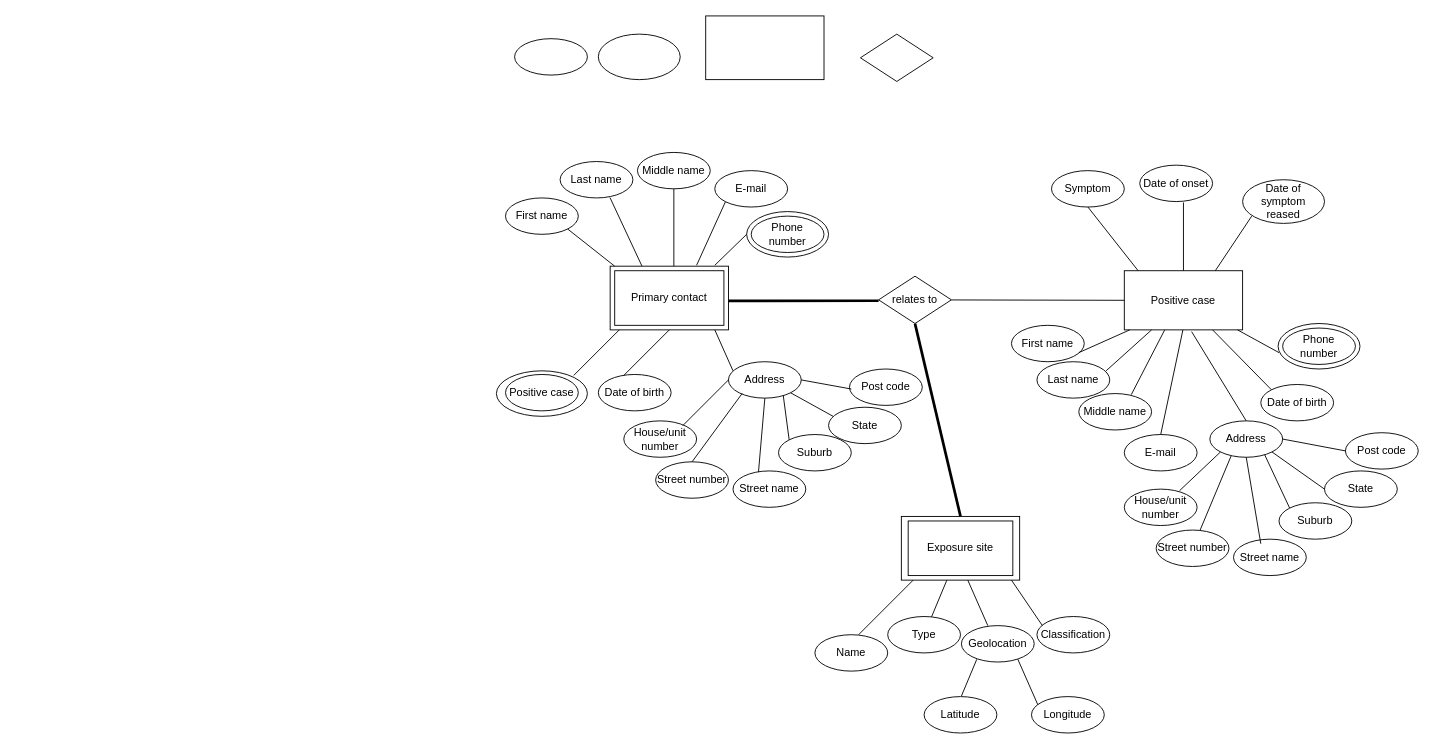
This is Untitled Diagram.drawio from pingtingw/info20003, a draw.io file, before an edit. Source tidied: cells renumbered, new cells numbered last; positions are measured from the earlier drawing's top-left corner, leaving out a move shared by most shapes. Both pictures are drawn from the tidied source at 91%, with x=0, y=0 at pixel (496, 15).
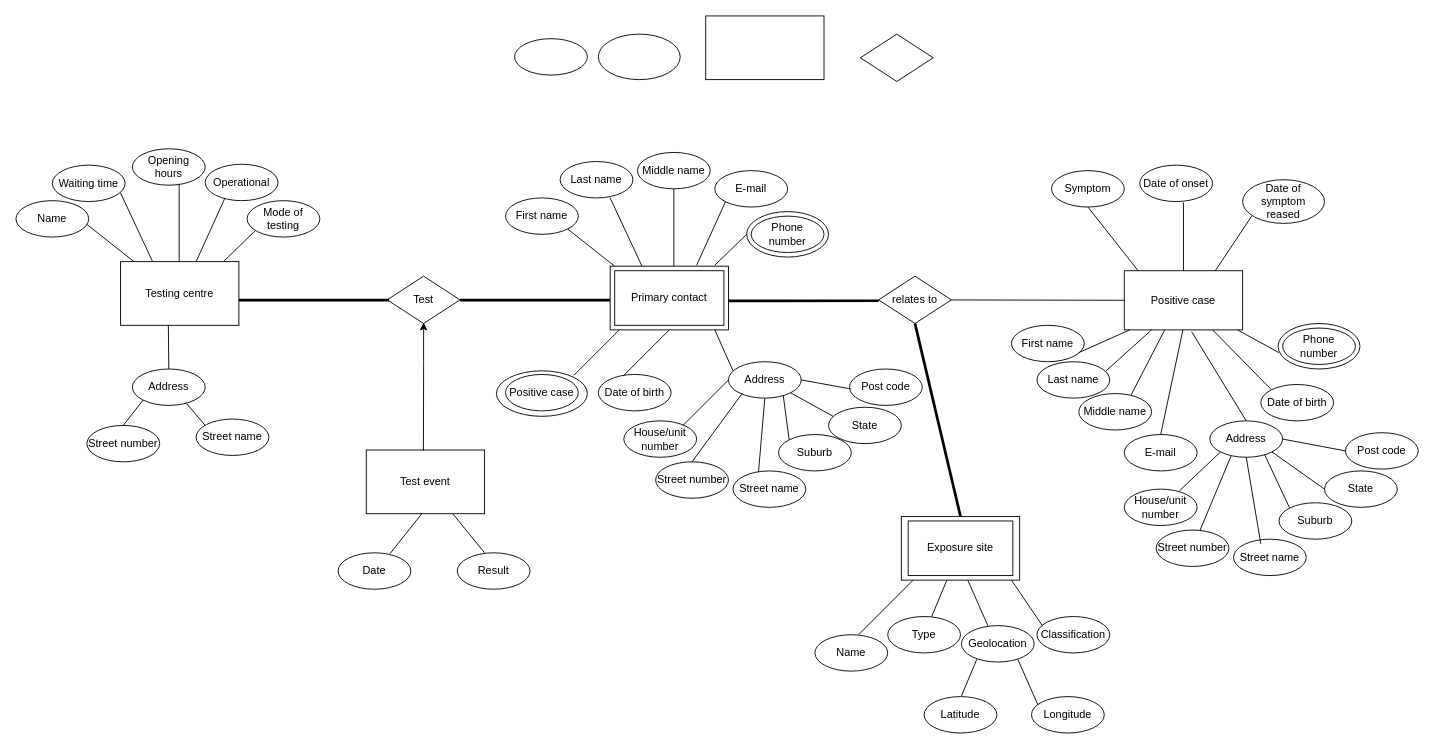
Above is the later version.

Diff of the diagram source:
```diff
@@
+    <mxCell id="91" value="Test" style="rhombus;whiteSpace=wrap;html=1;fillColor=none;gradientColor=none;" parent="1" vertex="1">
+      <mxGeometry x="-120" y="286" width="80" height="52" as="geometry" />
+    </mxCell>
+    <mxCell id="92" style="endArrow=none;html=1;strokeWidth=3;entryX=0;entryY=0.5;entryDx=0;entryDy=0;" parent="1" edge="1">
+      <mxGeometry relative="1" as="geometry">
+        <mxPoint x="-40" y="312.2" as="sourcePoint" />
+        <mxPoint x="125" y="312.2" as="targetPoint" />
+      </mxGeometry>
+    </mxCell>
+    <mxCell id="93" style="endArrow=none;html=1;strokeWidth=3;entryX=0;entryY=0.5;entryDx=0;entryDy=0;" parent="1" edge="1">
+      <mxGeometry relative="1" as="geometry">
+        <mxPoint x="-283" y="312.2" as="sourcePoint" />
+        <mxPoint x="-118" y="312.2" as="targetPoint" />
+      </mxGeometry>
+    </mxCell>
+    <mxCell id="94" value="Testing centre" style="rounded=0;whiteSpace=wrap;html=1;fillColor=none;" parent="1" vertex="1">
+      <mxGeometry x="-413" y="270" width="130" height="70" as="geometry" />
+    </mxCell>
+    <mxCell id="95" style="endArrow=none;html=1;entryX=1;entryY=1;entryDx=0;entryDy=0;" parent="1" edge="1">
+      <mxGeometry relative="1" as="geometry">
+        <mxPoint x="-398.3" y="270" as="sourcePoint" />
+        <mxPoint x="-450" y="229.1" as="targetPoint" />
+      </mxGeometry>
+    </mxCell>
+    <mxCell id="96" style="endArrow=none;html=1;entryX=0.685;entryY=0.99;entryDx=0;entryDy=0;entryPerimeter=0;" parent="1" edge="1">
+      <mxGeometry relative="1" as="geometry">
+        <mxPoint x="-377.8" y="270" as="sourcePoint" />
+        <mxPoint x="-413" y="194.6" as="targetPoint" />
+      </mxGeometry>
+    </mxCell>
+    <mxCell id="97" style="endArrow=none;html=1;entryX=0.5;entryY=1;entryDx=0;entryDy=0;" parent="1" edge="1">
+      <mxGeometry relative="1" as="geometry">
+        <mxPoint x="-348.6" y="270" as="sourcePoint" />
+        <mxPoint x="-348.6" y="185" as="targetPoint" />
+      </mxGeometry>
+    </mxCell>
+    <mxCell id="98" style="endArrow=none;html=1;entryX=0;entryY=1;entryDx=0;entryDy=0;" parent="1" edge="1">
+      <mxGeometry relative="1" as="geometry">
+        <mxPoint x="-330" y="270" as="sourcePoint" />
+        <mxPoint x="-298.3" y="200.1" as="targetPoint" />
+      </mxGeometry>
+    </mxCell>
+    <mxCell id="99" style="endArrow=none;html=1;entryX=0;entryY=0.5;entryDx=0;entryDy=0;" parent="1" edge="1">
+      <mxGeometry relative="1" as="geometry">
+        <mxPoint x="-300" y="270" as="sourcePoint" />
+        <mxPoint x="-265" y="236" as="targetPoint" />
+      </mxGeometry>
+    </mxCell>
+    <mxCell id="100" value="Name" style="ellipse;whiteSpace=wrap;html=1;fillColor=none;gradientColor=none;" parent="1" vertex="1">
+      <mxGeometry x="-528" y="203" width="80" height="40" as="geometry" />
+    </mxCell>
+    <mxCell id="101" value="&lt;span&gt;Waiting time&lt;/span&gt;" style="ellipse;whiteSpace=wrap;html=1;fillColor=none;gradientColor=none;" parent="1" vertex="1">
+      <mxGeometry x="-488" y="164" width="80" height="40" as="geometry" />
+    </mxCell>
+    <mxCell id="102" value="Opening hours" style="ellipse;whiteSpace=wrap;html=1;fillColor=none;gradientColor=none;" parent="1" vertex="1">
+      <mxGeometry x="-400" y="146" width="80" height="40" as="geometry" />
+    </mxCell>
+    <mxCell id="103" value="Mode of testing" style="ellipse;whiteSpace=wrap;html=1;fillColor=none;gradientColor=none;" parent="1" vertex="1">
+      <mxGeometry x="-274" y="203" width="80" height="40" as="geometry" />
+    </mxCell>
+    <mxCell id="104" value="Operational" style="ellipse;whiteSpace=wrap;html=1;fillColor=none;gradientColor=none;" parent="1" vertex="1">
+      <mxGeometry x="-320" y="163" width="80" height="40" as="geometry" />
+    </mxCell>
+    <mxCell id="105" style="endArrow=none;html=1;entryX=0.5;entryY=1;entryDx=0;entryDy=0;exitX=0.5;exitY=0;exitDx=0;exitDy=0;" parent="1" edge="1" source="106">
+      <mxGeometry relative="1" as="geometry">
+        <mxPoint x="-360.5" y="340" as="targetPoint" />
+      </mxGeometry>
+    </mxCell>
+    <mxCell id="106" value="Address" style="ellipse;whiteSpace=wrap;html=1;fillColor=none;gradientColor=none;" parent="1" vertex="1">
+      <mxGeometry x="-400" y="388" width="80" height="40" as="geometry" />
+    </mxCell>
+    <mxCell id="107" style="endArrow=none;html=1;entryX=0;entryY=1;entryDx=0;entryDy=0;" parent="1" edge="1" target="106">
+      <mxGeometry relative="1" as="geometry">
+        <mxPoint x="-410" y="450" as="sourcePoint" />
+      </mxGeometry>
+    </mxCell>
+    <mxCell id="108" style="endArrow=none;html=1;entryX=0.5;entryY=1;entryDx=0;entryDy=0;" parent="1" edge="1">
+      <mxGeometry relative="1" as="geometry">
+        <mxPoint x="-320" y="450" as="sourcePoint" />
+        <mxPoint x="-340.5" y="426" as="targetPoint" />
+      </mxGeometry>
+    </mxCell>
+    <mxCell id="109" value="Street number" style="ellipse;whiteSpace=wrap;html=1;fillColor=none;gradientColor=none;" parent="1" vertex="1">
+      <mxGeometry x="-450" y="450" width="80" height="40" as="geometry" />
+    </mxCell>
+    <mxCell id="110" value="Street name" style="ellipse;whiteSpace=wrap;html=1;fillColor=none;gradientColor=none;" parent="1" vertex="1">
+      <mxGeometry x="-330" y="443" width="80" height="40" as="geometry" />
+    </mxCell>
+    <mxCell id="111" style="endArrow=classic;html=1;strokeWidth=1;exitX=0.537;exitY=-0.019;exitDx=0;exitDy=0;exitPerimeter=0;" parent="1" edge="1">
+      <mxGeometry relative="1" as="geometry">
+        <mxPoint x="-80.2" y="477.7" as="sourcePoint" />
+        <mxPoint x="-80" y="337" as="targetPoint" />
+        <Array as="points">
+          <mxPoint x="-80" y="390" />
+        </Array>
+      </mxGeometry>
+    </mxCell>
+    <mxCell id="112" value="Test event" style="rounded=0;whiteSpace=wrap;html=1;fillColor=none;" parent="1" vertex="1">
+      <mxGeometry x="-143" y="477" width="130" height="70" as="geometry" />
+    </mxCell>
+    <mxCell id="113" style="endArrow=none;html=1;entryX=0;entryY=0.5;entryDx=0;entryDy=0;" parent="1" edge="1">
+      <mxGeometry relative="1" as="geometry">
+        <mxPoint x="-117" y="591" as="sourcePoint" />
+        <mxPoint x="-82" y="547" as="targetPoint" />
+      </mxGeometry>
+    </mxCell>
+    <mxCell id="114" style="endArrow=none;html=1;entryX=0;entryY=0.5;entryDx=0;entryDy=0;" parent="1" edge="1">
+      <mxGeometry relative="1" as="geometry">
+        <mxPoint x="-13" y="590" as="sourcePoint" />
+        <mxPoint x="-48" y="547" as="targetPoint" />
+      </mxGeometry>
+    </mxCell>
+    <mxCell id="115" value="Date" style="ellipse;whiteSpace=wrap;html=1;fillColor=none;gradientColor=none;" parent="1" vertex="1">
+      <mxGeometry x="-174" y="590" width="80" height="40" as="geometry" />
+    </mxCell>
+    <mxCell id="116" value="Result" style="ellipse;whiteSpace=wrap;html=1;fillColor=none;gradientColor=none;" parent="1" vertex="1">
+      <mxGeometry x="-43" y="590" width="80" height="40" as="geometry" />
+    </mxCell>
```
